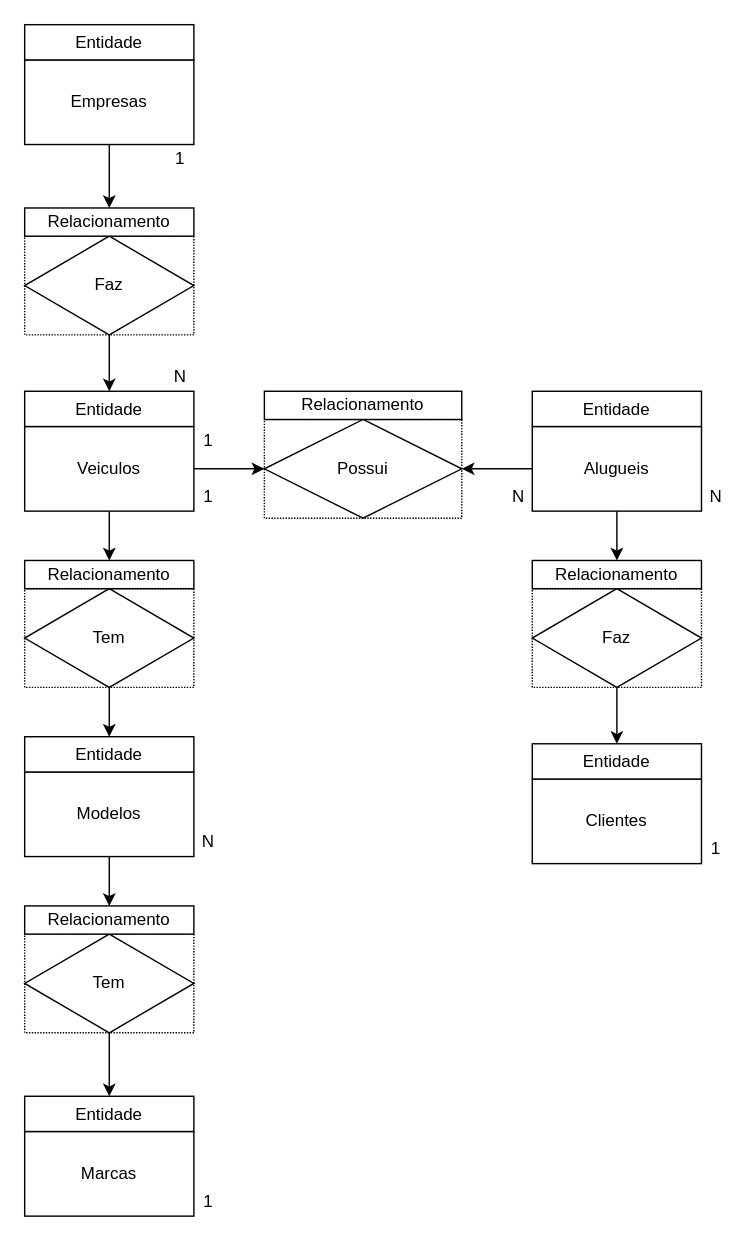
Above: Exercicios/01 - Modelo de Entidade Relacional/1.2-exercicio-locadora/02.drawio in RafaelGomes01/Desenvolvimento-Banco-de-Dados (draw.io), before the change. Source tidied: cells renumbered, new cells numbered last; positions are measured from the earlier drawing's top-left corner, leaving out a move shared by most shapes. Both pictures are drawn from the tidied source at 141%, with x=0, y=0 at pixel (24, 24).
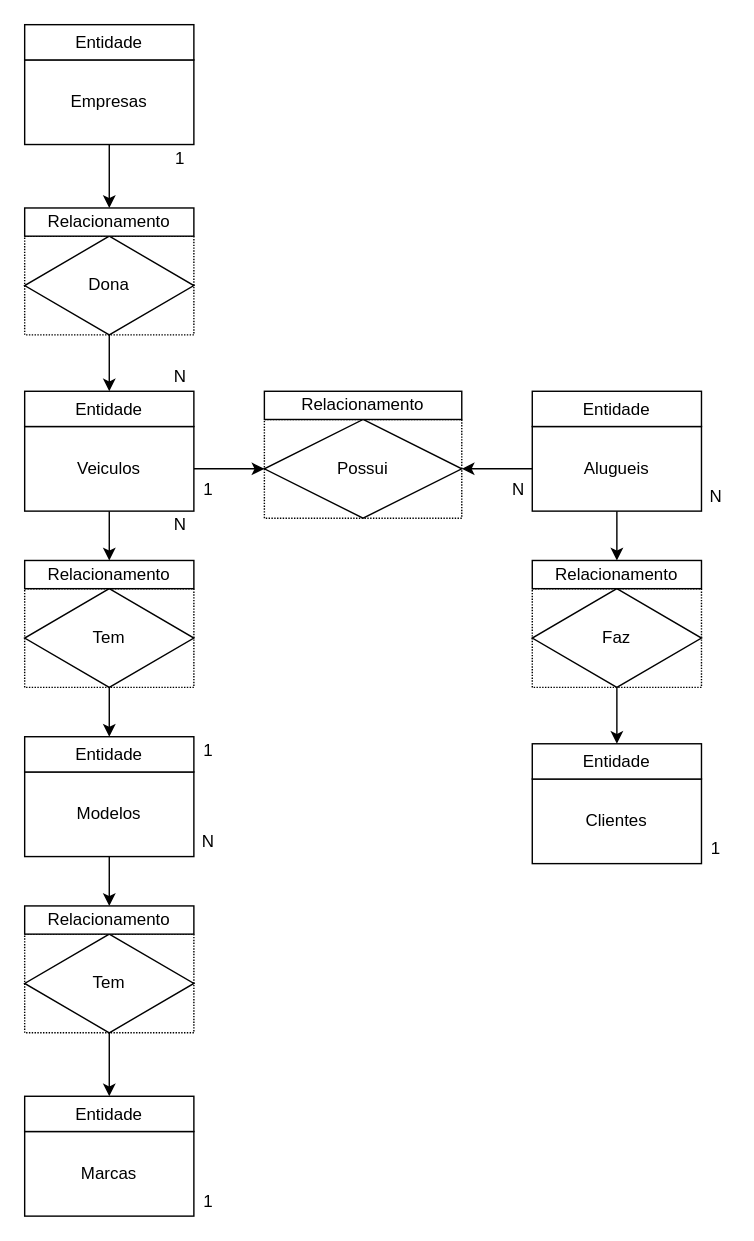
After the change.

The edit, as a diff of the source:
```diff
@@
-    <mxCell id="10" value="1" style="text;html=1;align=center;verticalAlign=middle;" parent="1" vertex="1">
-      <mxGeometry x="120" y="325" width="20" height="20" as="geometry" />
+    <mxCell id="10" value="N" style="text;html=1;align=center;verticalAlign=middle;" parent="1" vertex="1">
+      <mxGeometry x="100" y="345" width="20" height="20" as="geometry" />
     </mxCell>
     <mxCell id="11" value="N" style="text;html=1;align=center;verticalAlign=middle;" parent="1" vertex="1">
-      <mxGeometry x="340" y="325" width="20" height="20" as="geometry" />
+      <mxGeometry x="340" y="320" width="20" height="20" as="geometry" />
     </mxCell>
@@
-    <mxCell id="29" value="N" style="text;html=1;align=center;verticalAlign=middle;" parent="1" vertex="1">
-      <mxGeometry x="120" y="570" width="20" height="20" as="geometry" />
+    <mxCell id="29" value="1" style="text;html=1;align=center;verticalAlign=middle;" parent="1" vertex="1">
+      <mxGeometry x="120" y="505" width="20" height="20" as="geometry" />
     </mxCell>
@@
     <mxCell id="38" value="1" style="text;html=1;align=center;verticalAlign=middle;" parent="1" vertex="1">
-      <mxGeometry x="120" y="285" width="20" height="20" as="geometry" />
+      <mxGeometry x="120" y="320" width="20" height="20" as="geometry" />
     </mxCell>
@@
-    <mxCell id="41" value="Faz" style="rhombus;whiteSpace=wrap;html=1;" parent="1" vertex="1">
+    <mxCell id="41" value="Dona" style="rhombus;whiteSpace=wrap;html=1;" parent="1" vertex="1">
       <mxGeometry y="150" width="120" height="70" as="geometry" />
     </mxCell>
@@
+    <mxCell id="48" value="N" style="text;html=1;align=center;verticalAlign=middle;" parent="1" vertex="1">
+      <mxGeometry x="120" y="570" width="20" height="20" as="geometry" />
+    </mxCell>
```
